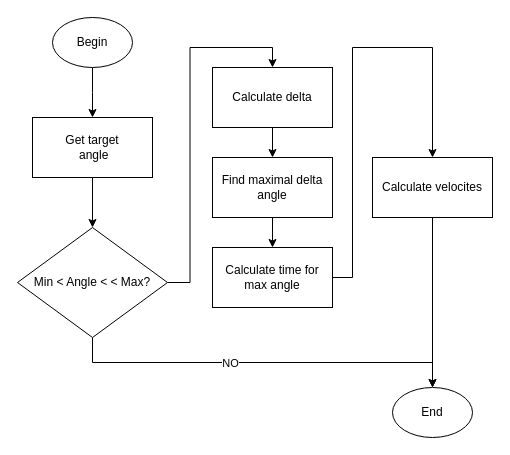
This is Src/extra/Move J.drawio from foxybbb/diploma-bachelor, a draw.io file, before an edit. Source tidied: cells renumbered, new cells numbered last; positions are measured from the earlier drawing's top-left corner, leaving out a move shared by most shapes. Both pictures are drawn from the tidied source at 100%, with x=0, y=0 at pixel (17, 17).
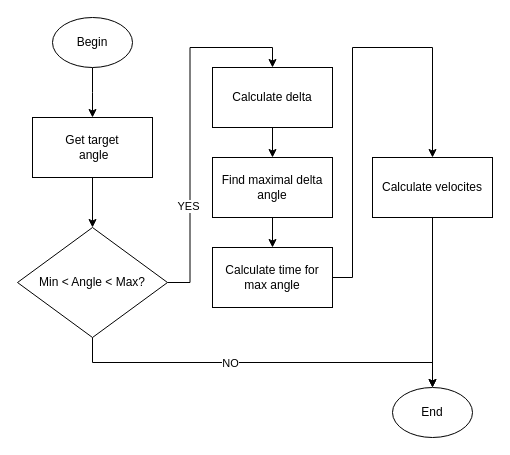
The same page after the edit.

Unchanged cells that the change refers to:
```xml
<mxCell id="9" style="edgeStyle=orthogonalEdgeStyle;rounded=0;jettySize=auto;html=1;exitX=1;exitY=0.5;exitDx=0;exitDy=0;entryX=0.5;entryY=0;entryDx=0;entryDy=0;" parent="1" edge="1" source="10" target="12">
  <mxGeometry relative="1" as="geometry" />
</mxCell>
```

What changed in the source:
```diff
@@
+    <mxCell id="19" value="YES" style="edgeLabel;html=1;align=center;verticalAlign=middle;" parent="9" vertex="1">
+      <mxGeometry x="-0.45" y="3" relative="1" as="geometry">
+        <mxPoint x="1" as="offset" />
+      </mxGeometry>
+    </mxCell>
-    <mxCell id="10" value="Min &amp;lt; Angle &amp;lt; &amp;lt; Max?" style="rhombus;whiteSpace=wrap;html=1;" parent="1" vertex="1">
+    <mxCell id="10" value="Min &amp;lt; Angle &amp;lt; Max?" style="rhombus;whiteSpace=wrap;html=1;" parent="1" vertex="1">
       <mxGeometry y="210" width="150" height="110" as="geometry" />
     </mxCell>
```
